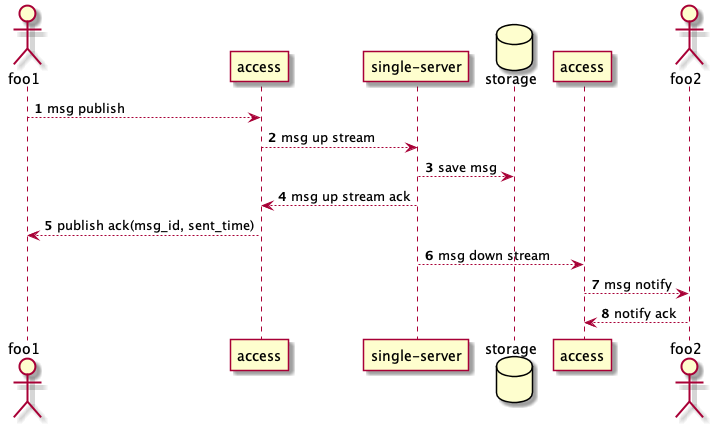
Above: doc/一期设计文档/image/single.png in raven-im/raven (PlantUML), before the change.
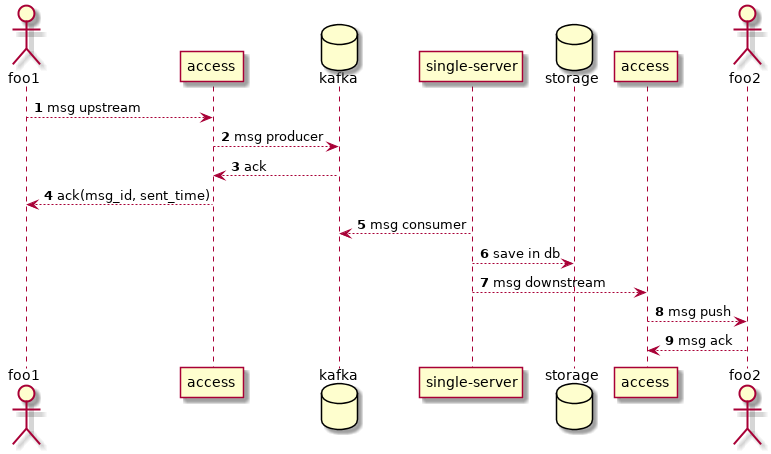
After the commit.

Change to the diagram source:
```diff
@@ -1,20 +1,21 @@
 @startuml
-
 actor "foo1" as client1
 
 participant "access" as access1
+database "kafka"
 participant "single-server" as single
 database "storage" as db
 participant "access" as access2
 actor "foo2" as client2
 
 autonumber
-client1 --> access1 : msg publish
-access1 --> single: msg up stream
-single --> db: save msg
-single --> access1: msg up stream ack
-access1 --> client1 : publish ack(msg_id, sent_time)
-single --> access2: msg down stream
-access2 --> client2: msg notify
-client2 --> access2: notify ack
+client1 --> access1 : msg upstream
+access1 --> kafka: msg producer
+kafka --> access1: ack
+access1 --> client1: ack(msg_id, sent_time)
+single --> kafka: msg consumer
+single --> db: save in db
+single --> access2: msg downstream
+access2 --> client2: msg push
+client2 --> access2: msg ack
 @enduml
```
